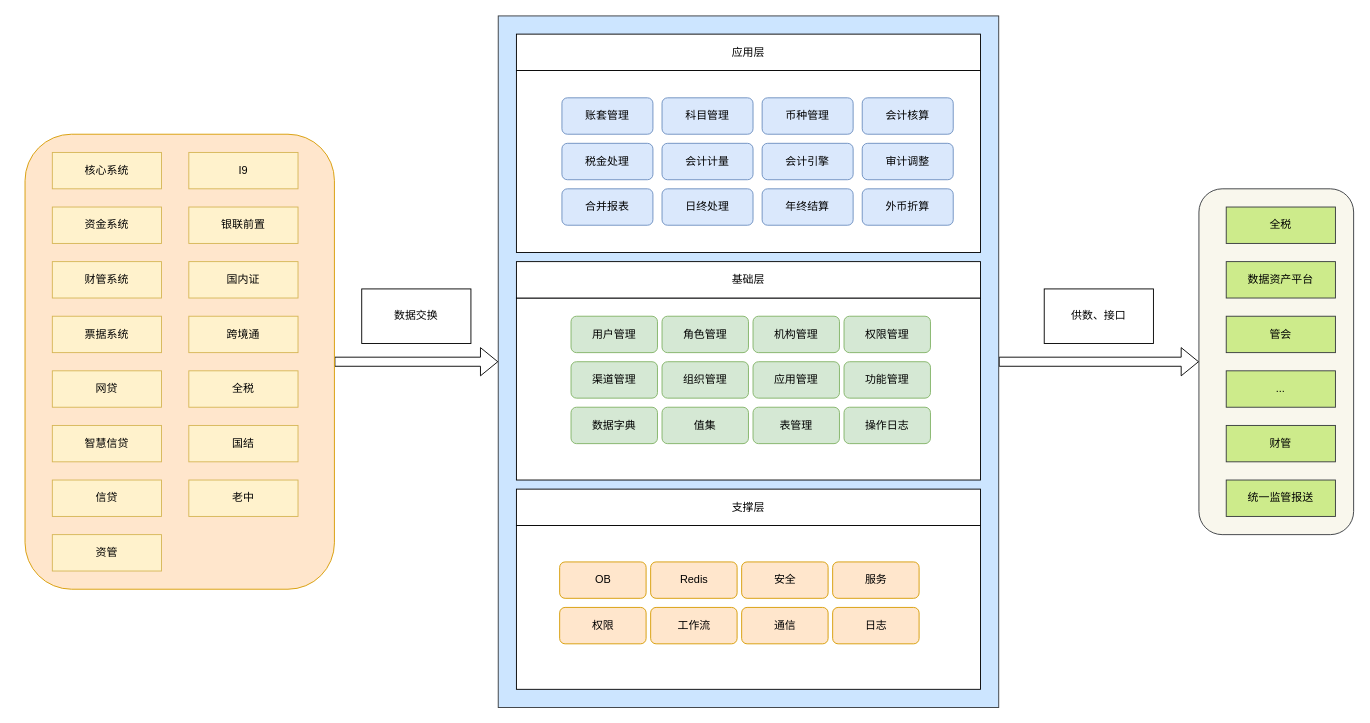
TzashiNorpu/gl keeps this draw.io diagram as page "功能架构" (4 of 7) of gl.drawio. Above is the earlier version. Source tidied: cells renumbered, new cells numbered last; positions are measured from the earlier drawing's top-left corner, leaving out a move shared by most shapes. Both pictures are drawn from the tidied source at 91%, with x=0, y=0 at pixel (25, 15).
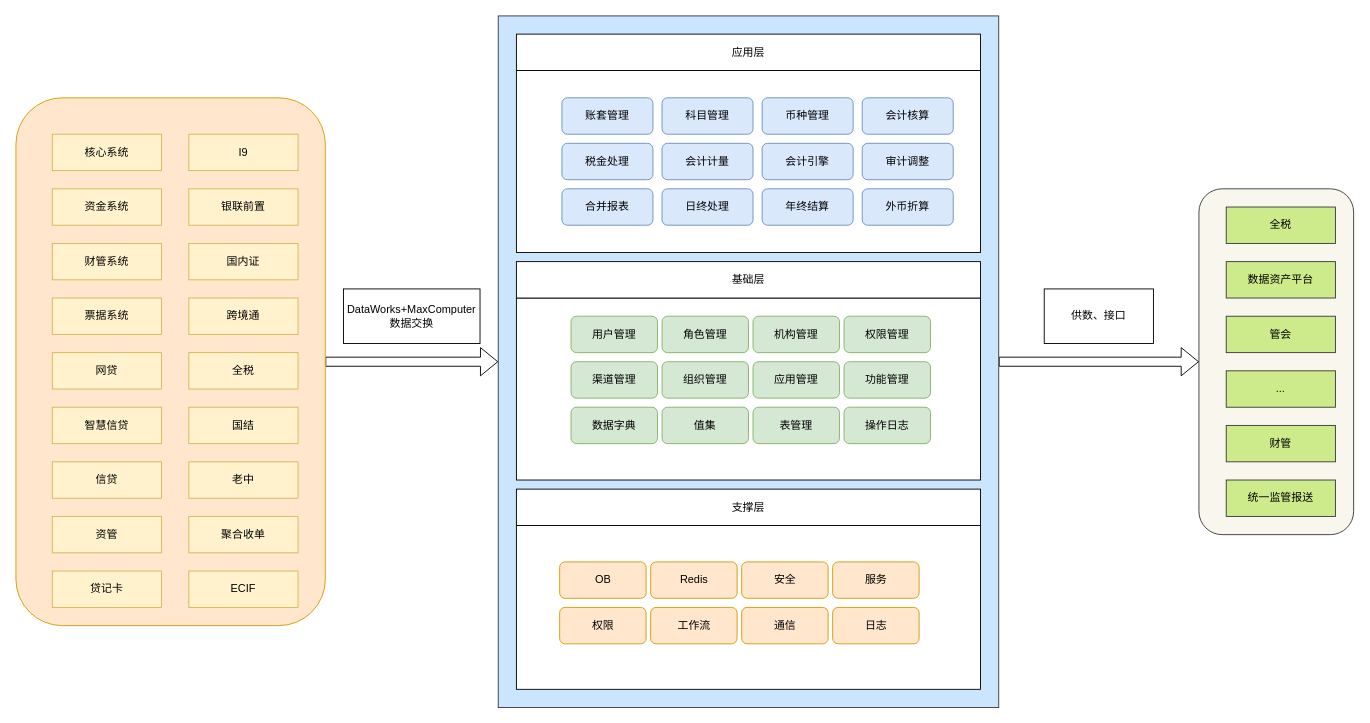
After the change.

Diff of the diagram source:
```diff
@@
     <mxCell id="9" style="whiteSpace=wrap;html=1;rounded=1;fillColor=#ffe6cc;strokeColor=#d79b00;" parent="1" vertex="1">
-      <mxGeometry y="130" width="340" height="500" as="geometry" />
+      <mxGeometry x="-10" y="90" width="340" height="580" as="geometry" />
     </mxCell>
     <mxCell id="10" value="核心系统" style="rounded=0;whiteSpace=wrap;html=1;fillColor=#fff2cc;strokeColor=#d6b656;" parent="1" vertex="1">
-      <mxGeometry x="30" y="150" width="120" height="40" as="geometry" />
+      <mxGeometry x="30" y="130" width="120" height="40" as="geometry" />
     </mxCell>
     <mxCell id="11" value="资金系统" style="rounded=0;whiteSpace=wrap;html=1;fillColor=#fff2cc;strokeColor=#d6b656;" parent="1" vertex="1">
-      <mxGeometry x="30" y="210" width="120" height="40" as="geometry" />
+      <mxGeometry x="30" y="190" width="120" height="40" as="geometry" />
     </mxCell>
     <mxCell id="12" value="财管系统" style="rounded=0;whiteSpace=wrap;html=1;fillColor=#fff2cc;strokeColor=#d6b656;" parent="1" vertex="1">
-      <mxGeometry x="30" y="270" width="120" height="40" as="geometry" />
+      <mxGeometry x="30" y="250" width="120" height="40" as="geometry" />
     </mxCell>
     <mxCell id="13" value="票据系统" style="rounded=0;whiteSpace=wrap;html=1;fillColor=#fff2cc;strokeColor=#d6b656;" parent="1" vertex="1">
-      <mxGeometry x="30" y="330" width="120" height="40" as="geometry" />
+      <mxGeometry x="30" y="310" width="120" height="40" as="geometry" />
     </mxCell>
     <mxCell id="14" value="网贷" style="rounded=0;whiteSpace=wrap;html=1;fillColor=#fff2cc;strokeColor=#d6b656;" parent="1" vertex="1">
-      <mxGeometry x="30" y="390" width="120" height="40" as="geometry" />
+      <mxGeometry x="30" y="370" width="120" height="40" as="geometry" />
     </mxCell>
     <mxCell id="15" value="智慧信贷" style="rounded=0;whiteSpace=wrap;html=1;fillColor=#fff2cc;strokeColor=#d6b656;" parent="1" vertex="1">
-      <mxGeometry x="30" y="450" width="120" height="40" as="geometry" />
+      <mxGeometry x="30" y="430" width="120" height="40" as="geometry" />
     </mxCell>
     <mxCell id="16" value="信贷" style="rounded=0;whiteSpace=wrap;html=1;fillColor=#fff2cc;strokeColor=#d6b656;" parent="1" vertex="1">
-      <mxGeometry x="30" y="510" width="120" height="40" as="geometry" />
+      <mxGeometry x="30" y="490" width="120" height="40" as="geometry" />
     </mxCell>
     <mxCell id="17" value="资管" style="rounded=0;whiteSpace=wrap;html=1;fillColor=#fff2cc;strokeColor=#d6b656;" parent="1" vertex="1">
-      <mxGeometry x="30" y="570" width="120" height="40" as="geometry" />
+      <mxGeometry x="30" y="550" width="120" height="40" as="geometry" />
     </mxCell>
     <mxCell id="18" value="I9" style="rounded=0;whiteSpace=wrap;html=1;fillColor=#fff2cc;strokeColor=#d6b656;" parent="1" vertex="1">
-      <mxGeometry x="180" y="150" width="120" height="40" as="geometry" />
+      <mxGeometry x="180" y="130" width="120" height="40" as="geometry" />
     </mxCell>
     <mxCell id="19" value="银联前置" style="rounded=0;whiteSpace=wrap;html=1;fillColor=#fff2cc;strokeColor=#d6b656;" parent="1" vertex="1">
-      <mxGeometry x="180" y="210" width="120" height="40" as="geometry" />
+      <mxGeometry x="180" y="190" width="120" height="40" as="geometry" />
     </mxCell>
     <mxCell id="20" value="国内证" style="rounded=0;whiteSpace=wrap;html=1;fillColor=#fff2cc;strokeColor=#d6b656;" parent="1" vertex="1">
-      <mxGeometry x="180" y="270" width="120" height="40" as="geometry" />
+      <mxGeometry x="180" y="250" width="120" height="40" as="geometry" />
     </mxCell>
     <mxCell id="21" value="跨境通" style="rounded=0;whiteSpace=wrap;html=1;fillColor=#fff2cc;strokeColor=#d6b656;" parent="1" vertex="1">
-      <mxGeometry x="180" y="330" width="120" height="40" as="geometry" />
+      <mxGeometry x="180" y="310" width="120" height="40" as="geometry" />
     </mxCell>
     <mxCell id="22" value="全税" style="rounded=0;whiteSpace=wrap;html=1;fillColor=#fff2cc;strokeColor=#d6b656;" parent="1" vertex="1">
-      <mxGeometry x="180" y="390" width="120" height="40" as="geometry" />
+      <mxGeometry x="180" y="370" width="120" height="40" as="geometry" />
     </mxCell>
     <mxCell id="23" value="国结" style="rounded=0;whiteSpace=wrap;html=1;fillColor=#fff2cc;strokeColor=#d6b656;" parent="1" vertex="1">
-      <mxGeometry x="180" y="450" width="120" height="40" as="geometry" />
+      <mxGeometry x="180" y="430" width="120" height="40" as="geometry" />
     </mxCell>
     <mxCell id="24" value="老中" style="rounded=0;whiteSpace=wrap;html=1;fillColor=#fff2cc;strokeColor=#d6b656;" parent="1" vertex="1">
-      <mxGeometry x="180" y="510" width="120" height="40" as="geometry" />
+      <mxGeometry x="180" y="490" width="120" height="40" as="geometry" />
     </mxCell>
@@
-    <mxCell id="66" value="数据交换" style="whiteSpace=wrap;html=1;" parent="1" vertex="1">
-      <mxGeometry x="370" y="300" width="120" height="60" as="geometry" />
+    <mxCell id="66" value="DataWorks+MaxComputer&lt;br&gt;数据交换" style="whiteSpace=wrap;html=1;" parent="1" vertex="1">
+      <mxGeometry x="350" y="300" width="150" height="60" as="geometry" />
     </mxCell>
@@
+    <mxCell id="68" value="聚合收单" style="rounded=0;whiteSpace=wrap;html=1;fillColor=#fff2cc;strokeColor=#d6b656;" parent="1" vertex="1">
+      <mxGeometry x="180" y="550" width="120" height="40" as="geometry" />
+    </mxCell>
+    <mxCell id="69" value="贷记卡" style="rounded=0;whiteSpace=wrap;html=1;fillColor=#fff2cc;strokeColor=#d6b656;" parent="1" vertex="1">
+      <mxGeometry x="30" y="610" width="120" height="40" as="geometry" />
+    </mxCell>
+    <mxCell id="70" value="ECIF" style="rounded=0;whiteSpace=wrap;html=1;fillColor=#fff2cc;strokeColor=#d6b656;" parent="1" vertex="1">
+      <mxGeometry x="180" y="610" width="120" height="40" as="geometry" />
+    </mxCell>
```
